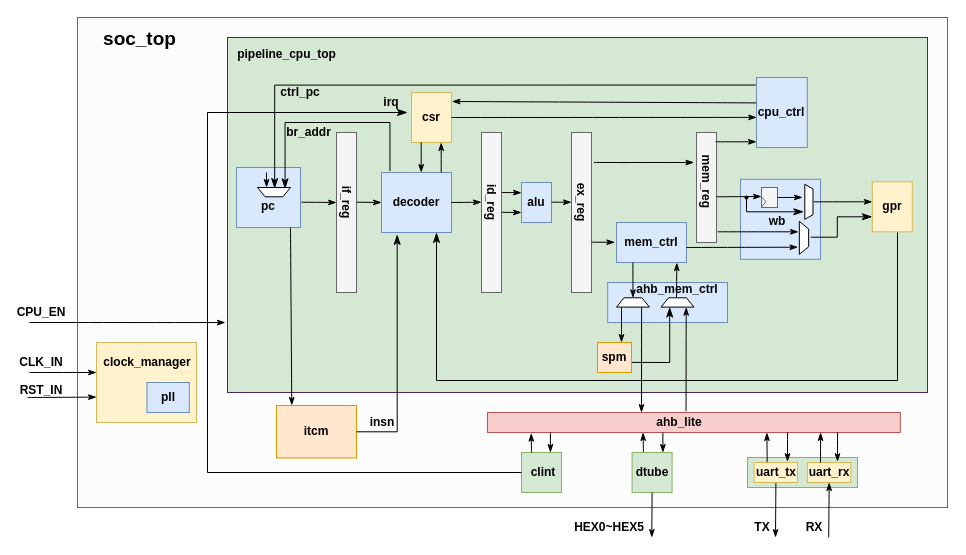
The draw.io diagram notes/ahb_cpu.drawio in meosii/siiCpu, before the edit. Source tidied: cells renumbered, new cells numbered last; positions are measured from the earlier drawing's top-left corner, leaving out a move shared by most shapes. Both pictures are drawn from the tidied source at 100%, with x=0, y=0 at pixel (16, 17).
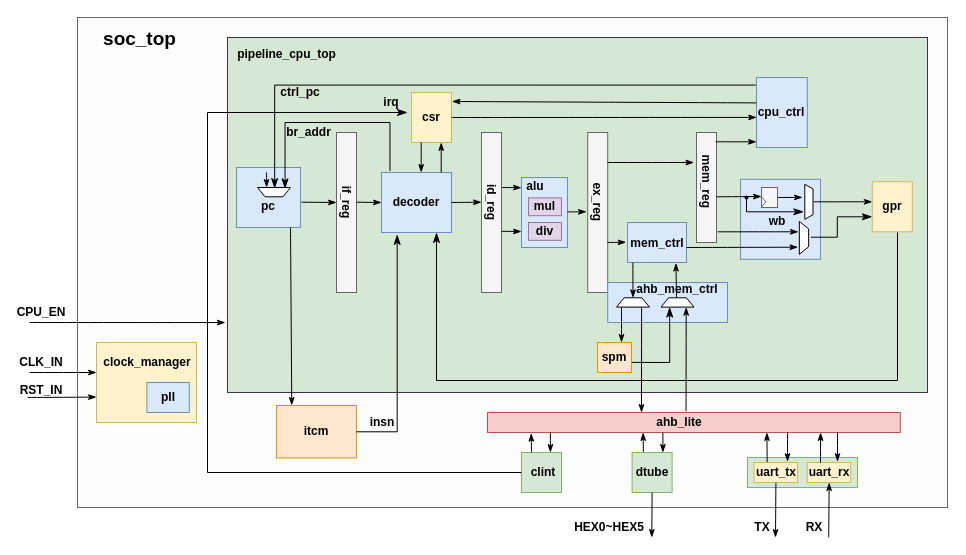
The same diagram, later.

The edit, as a diff of the source:
```diff
@@
     <mxCell id="14" style="rounded=0;whiteSpace=wrap;html=1;fontStyle=0;fillColor=#f5f5f5;fontColor=#333333;strokeColor=#666666;" parent="1" vertex="1">
-      <mxGeometry x="555" y="115" width="20" height="160" as="geometry" />
+      <mxGeometry x="571.2" y="115" width="20" height="160" as="geometry" />
     </mxCell>
     <mxCell id="15" value="ex_reg" style="text;strokeColor=none;align=center;fillColor=none;html=1;verticalAlign=middle;whiteSpace=wrap;rounded=0;shadow=0;fontSize=12;fontStyle=1;rotation=90;" parent="1" vertex="1">
-      <mxGeometry x="535" y="170" width="60" height="30" as="geometry" />
+      <mxGeometry x="551.2" y="170" width="60" height="30" as="geometry" />
     </mxCell>
@@
     <mxCell id="18" style="rounded=0;whiteSpace=wrap;html=1;fontStyle=0;fillColor=#dae8fc;strokeColor=#6c8ebf;" parent="1" vertex="1">
-      <mxGeometry x="505" y="165" width="30" height="40" as="geometry" />
+      <mxGeometry x="505" y="160" width="46" height="70" as="geometry" />
     </mxCell>
     <mxCell id="19" value="alu" style="text;strokeColor=none;align=center;fillColor=none;html=1;verticalAlign=middle;whiteSpace=wrap;rounded=0;fontStyle=1;" parent="1" vertex="1">
-      <mxGeometry x="490" y="175" width="60" height="20" as="geometry" />
+      <mxGeometry x="489" y="159.3" width="60" height="20" as="geometry" />
     </mxCell>
     <mxCell id="20" style="rounded=0;whiteSpace=wrap;html=1;fontStyle=0;fillColor=#dae8fc;strokeColor=#6c8ebf;" parent="1" vertex="1">
-      <mxGeometry x="600" y="205" width="70" height="40" as="geometry" />
+      <mxGeometry x="611" y="205" width="59" height="40" as="geometry" />
     </mxCell>
     <mxCell id="21" value="mem_ctrl" style="text;strokeColor=none;align=center;fillColor=none;html=1;verticalAlign=middle;whiteSpace=wrap;rounded=0;fontStyle=1;" parent="1" vertex="1">
-      <mxGeometry x="605" y="215" width="60" height="20" as="geometry" />
+      <mxGeometry x="611" y="215.7" width="60" height="20" as="geometry" />
     </mxCell>
@@
     <mxCell id="30" style="endArrow=classicThin;html=1;curved=1;rounded=0;endFill=1;" parent="1" edge="1">
       <mxGeometry relative="1" as="geometry">
-        <mxPoint x="485" y="175" as="sourcePoint" />
-        <mxPoint x="505" y="175.2" as="targetPoint" />
+        <mxPoint x="485" y="170" as="sourcePoint" />
+        <mxPoint x="505" y="170.2" as="targetPoint" />
       </mxGeometry>
     </mxCell>
     <mxCell id="31" style="endArrow=classicThin;html=1;curved=1;rounded=0;endFill=1;" parent="1" edge="1">
       <mxGeometry relative="1" as="geometry">
-        <mxPoint x="535" y="184.7" as="sourcePoint" />
-        <mxPoint x="555" y="184.7" as="targetPoint" />
+        <mxPoint x="551" y="194.4" as="sourcePoint" />
+        <mxPoint x="570" y="194.3" as="targetPoint" />
       </mxGeometry>
     </mxCell>
     <mxCell id="32" style="endArrow=classicThin;html=1;curved=1;rounded=0;endFill=1;entryX=-0.023;entryY=0.494;entryDx=0;entryDy=0;entryPerimeter=0;" parent="1" edge="1" target="20">
       <mxGeometry relative="1" as="geometry">
-        <mxPoint x="575" y="224.7" as="sourcePoint" />
+        <mxPoint x="591" y="225" as="sourcePoint" />
       </mxGeometry>
     </mxCell>
     <mxCell id="33" style="endArrow=classicThin;html=1;curved=1;rounded=0;endFill=1;" parent="1" edge="1">
       <mxGeometry relative="1" as="geometry">
-        <mxPoint x="577.5" y="145" as="sourcePoint" />
+        <mxPoint x="591" y="145" as="sourcePoint" />
         <mxPoint x="677.5" y="145" as="targetPoint" />
       </mxGeometry>
     </mxCell>
@@
     <mxCell id="41" style="endArrow=classicThin;html=1;curved=1;rounded=0;endFill=1;" parent="1" edge="1">
       <mxGeometry relative="1" as="geometry">
-        <mxPoint x="485" y="194.8" as="sourcePoint" />
-        <mxPoint x="505" y="195" as="targetPoint" />
+        <mxPoint x="485" y="213.8" as="sourcePoint" />
+        <mxPoint x="505" y="214" as="targetPoint" />
       </mxGeometry>
     </mxCell>
@@
-    <mxCell id="61" style="endArrow=classicThin;html=1;curved=1;rounded=0;endFill=1;entryX=0.862;entryY=1.003;entryDx=0;entryDy=0;entryPerimeter=0;" parent="1" edge="1" target="20">
+    <mxCell id="61" style="endArrow=classicThin;html=1;curved=1;rounded=0;endFill=1;entryX=0.821;entryY=1.014;entryDx=0;entryDy=0;entryPerimeter=0;" parent="1" edge="1" target="20">
       <mxGeometry relative="1" as="geometry">
         <mxPoint x="660" y="280.3" as="sourcePoint" />
       </mxGeometry>
     </mxCell>
@@
+    <mxCell id="118" value="&lt;b&gt;mul&lt;/b&gt;" style="rounded=0;whiteSpace=wrap;html=1;fontStyle=0;fillColor=#e1d5e7;strokeColor=#9673a6;" parent="1" vertex="1">
+      <mxGeometry x="512" y="180.4" width="33" height="17.8" as="geometry" />
+    </mxCell>
+    <mxCell id="119" value="&lt;b&gt;div&lt;/b&gt;" style="rounded=0;whiteSpace=wrap;html=1;fontStyle=0;fillColor=#e1d5e7;strokeColor=#9673a6;" parent="1" vertex="1">
+      <mxGeometry x="512" y="205" width="33" height="17.8" as="geometry" />
+    </mxCell>
```
